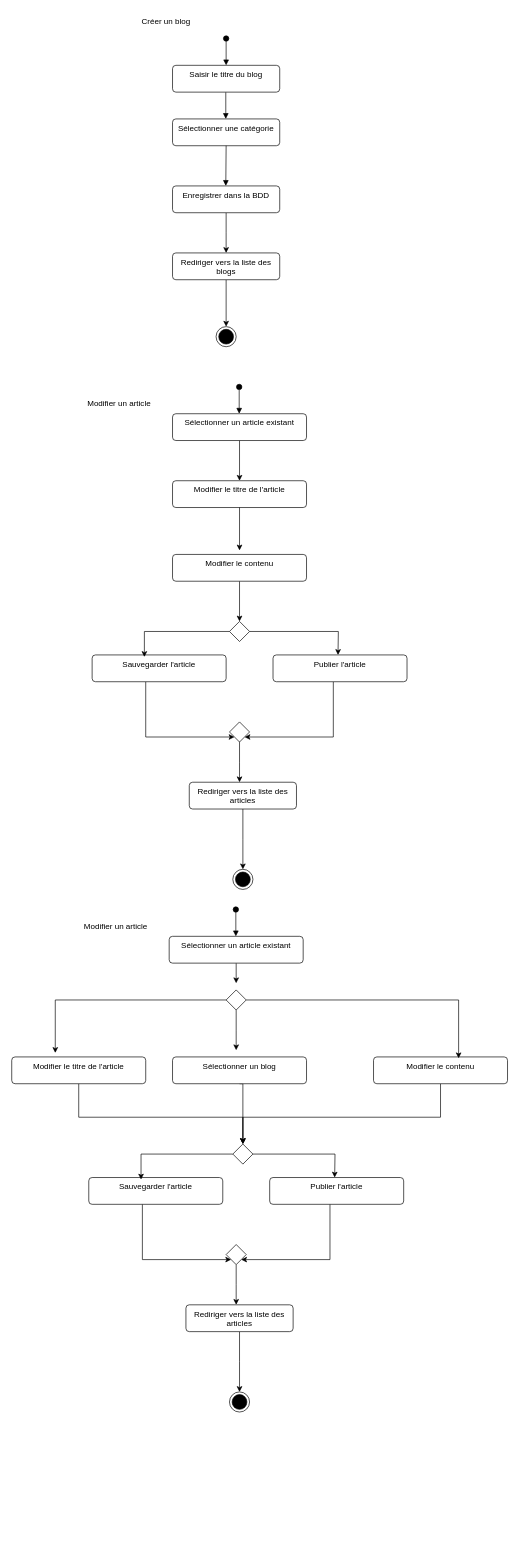
Ali0908/BDD_UML keeps this draw.io diagram as page "Diagramme d'activité" (6 of 12) of Diagramme sans nom.drawio. Above is the earlier version. Source tidied: cells renumbered, new cells numbered last; positions are measured from the earlier drawing's top-left corner, leaving out a move shared by most shapes. Both pictures are drawn from the tidied source at 67%, with x=0, y=0 at pixel (11, 11).
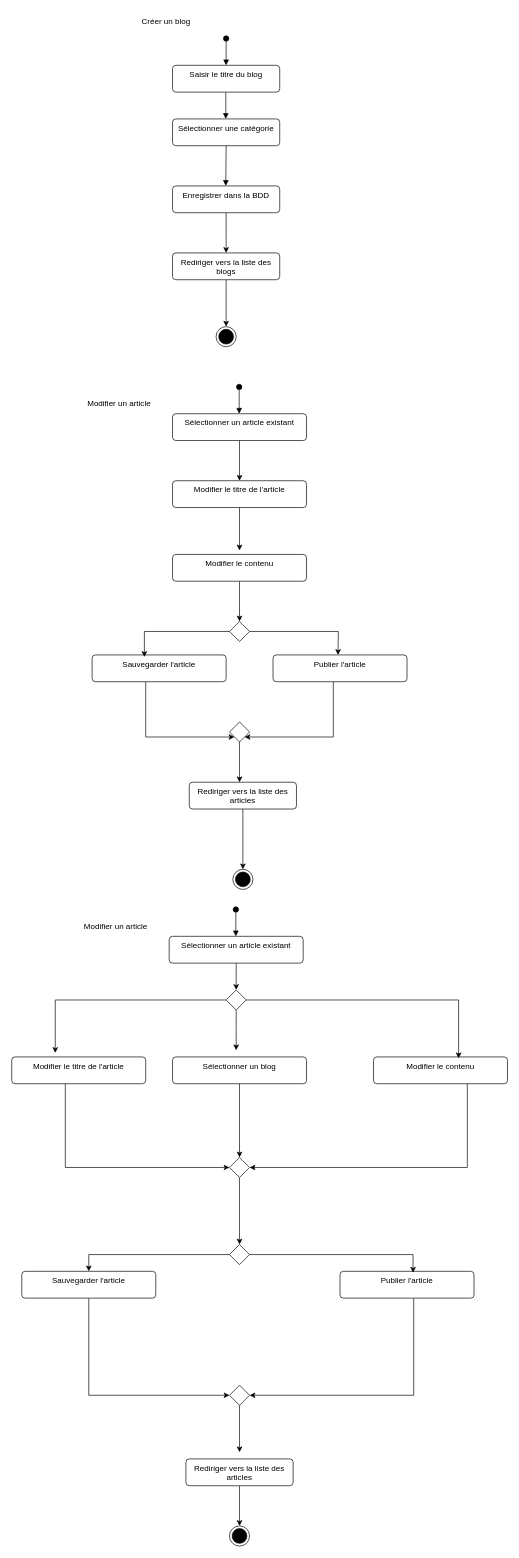
The same page after the edit.

Unchanged cells that the change refers to:
```xml
<mxCell id="35" value="Sélectionner un article existant" style="html=1;align=center;verticalAlign=top;rounded=1;absoluteArcSize=1;arcSize=10;dashed=0;whiteSpace=wrap;" parent="1" vertex="1">
  <mxGeometry x="235" y="1380" width="200" height="40" as="geometry" />
</mxCell>
<mxCell id="37" value="Modifier le titre de l'article" style="html=1;align=center;verticalAlign=top;rounded=1;absoluteArcSize=1;arcSize=10;dashed=0;whiteSpace=wrap;" parent="1" vertex="1">
  <mxGeometry y="1560" width="200" height="40" as="geometry" />
</mxCell>
<mxCell id="39" value="Modifier le contenu" style="html=1;align=center;verticalAlign=top;rounded=1;absoluteArcSize=1;arcSize=10;dashed=0;whiteSpace=wrap;" parent="1" vertex="1">
  <mxGeometry x="540" y="1560" width="200" height="40" as="geometry" />
</mxCell>
<mxCell id="53" value="Sélectionner un blog" style="html=1;align=center;verticalAlign=top;rounded=1;absoluteArcSize=1;arcSize=10;dashed=0;whiteSpace=wrap;" parent="1" vertex="1">
  <mxGeometry x="240" y="1560" width="200" height="40" as="geometry" />
</mxCell>
<mxCell id="55" style="rhombus;" parent="1" vertex="1">
  <mxGeometry x="320" y="1460" width="30" height="30" as="geometry" />
</mxCell>
```

The edit, as a diff of the source:
```diff
@@
-    <mxCell id="34" style="edgeStyle=orthogonalEdgeStyle;rounded=0;jettySize=auto;html=1;exitX=0.5;exitY=1;exitDx=0;exitDy=0;" parent="1" edge="1" source="35">
-      <mxGeometry relative="1" as="geometry">
-        <mxPoint x="335" y="1450" as="targetPoint" />
-      </mxGeometry>
+    <mxCell id="34" style="edgeStyle=orthogonalEdgeStyle;rounded=0;jettySize=auto;html=1;exitX=0.5;exitY=1;exitDx=0;exitDy=0;entryX=0.5;entryY=0;entryDx=0;entryDy=0;" parent="1" edge="1" source="35" target="55">
+      <mxGeometry relative="1" as="geometry" />
     </mxCell>
@@
-    <mxCell id="36" style="edgeStyle=orthogonalEdgeStyle;rounded=0;jettySize=auto;html=1;entryX=0.5;entryY=0;entryDx=0;entryDy=0;" parent="1" edge="1" source="37" target="47">
-      <mxGeometry relative="1" as="geometry">
-        <Array as="points">
-          <mxPoint x="100" y="1650" />
-          <mxPoint x="345" y="1650" />
-        </Array>
-      </mxGeometry>
-    </mxCell>
+    <mxCell id="59" style="edgeStyle=orthogonalEdgeStyle;rounded=0;jettySize=auto;html=1;entryX=0;entryY=0.5;entryDx=0;entryDy=0;" parent="1" edge="1" source="37" target="65">
+      <mxGeometry relative="1" as="geometry">
+        <Array as="points">
+          <mxPoint x="80" y="1725" />
+        </Array>
+      </mxGeometry>
+    </mxCell>
@@
-    <mxCell id="38" style="edgeStyle=orthogonalEdgeStyle;rounded=0;jettySize=auto;html=1;entryX=0.5;entryY=0;entryDx=0;entryDy=0;" parent="1" edge="1" source="39" target="47">
-      <mxGeometry relative="1" as="geometry">
-        <Array as="points">
-          <mxPoint x="640" y="1650" />
-          <mxPoint x="345" y="1650" />
-        </Array>
-      </mxGeometry>
-    </mxCell>
+    <mxCell id="60" style="edgeStyle=orthogonalEdgeStyle;rounded=0;jettySize=auto;html=1;entryX=1;entryY=0.5;entryDx=0;entryDy=0;" parent="1" edge="1" source="39" target="65">
+      <mxGeometry relative="1" as="geometry">
+        <Array as="points">
+          <mxPoint x="680" y="1725" />
+        </Array>
+      </mxGeometry>
+    </mxCell>
@@
-    <mxCell id="40" style="edgeStyle=orthogonalEdgeStyle;rounded=0;jettySize=auto;html=1;entryX=0;entryY=1;entryDx=0;entryDy=0;" parent="1" edge="1" source="41" target="51">
-      <mxGeometry relative="1" as="geometry">
-        <Array as="points">
-          <mxPoint x="195" y="1863" />
-        </Array>
-      </mxGeometry>
+    <mxCell id="40" style="edgeStyle=orthogonalEdgeStyle;rounded=0;jettySize=auto;html=1;exitX=0.5;exitY=1;exitDx=0;exitDy=0;entryX=0;entryY=0.5;entryDx=0;entryDy=0;" parent="1" edge="1" source="41" target="51">
+      <mxGeometry relative="1" as="geometry" />
     </mxCell>
     <mxCell id="41" value="Sauvegarder l'article" style="html=1;align=center;verticalAlign=top;rounded=1;absoluteArcSize=1;arcSize=10;dashed=0;whiteSpace=wrap;" parent="1" vertex="1">
-      <mxGeometry x="115" y="1740" width="200" height="40" as="geometry" />
+      <mxGeometry x="15" y="1880" width="200" height="40" as="geometry" />
     </mxCell>
-    <mxCell id="42" style="edgeStyle=orthogonalEdgeStyle;rounded=0;jettySize=auto;html=1;entryX=1;entryY=1;entryDx=0;entryDy=0;" parent="1" edge="1" source="43" target="51">
+    <mxCell id="42" style="edgeStyle=orthogonalEdgeStyle;rounded=0;jettySize=auto;html=1;entryX=1;entryY=0.5;entryDx=0;entryDy=0;" parent="1" edge="1" source="43" target="51">
       <mxGeometry relative="1" as="geometry">
         <Array as="points">
-          <mxPoint x="475" y="1863" />
+          <mxPoint x="600" y="2065" />
         </Array>
       </mxGeometry>
     </mxCell>
     <mxCell id="43" value="Publier l'article" style="html=1;align=center;verticalAlign=top;rounded=1;absoluteArcSize=1;arcSize=10;dashed=0;whiteSpace=wrap;" parent="1" vertex="1">
-      <mxGeometry x="385" y="1740" width="200" height="40" as="geometry" />
+      <mxGeometry x="490" y="1880" width="200" height="40" as="geometry" />
     </mxCell>
-    <mxCell id="44" style="edgeStyle=orthogonalEdgeStyle;rounded=0;jettySize=auto;html=1;" parent="1" edge="1" source="45">
-      <mxGeometry relative="1" as="geometry">
-        <mxPoint x="340" y="2060" as="targetPoint" />
-      </mxGeometry>
-    </mxCell>
+    <mxCell id="61" style="edgeStyle=orthogonalEdgeStyle;rounded=0;jettySize=auto;html=1;exitX=0.5;exitY=1;exitDx=0;exitDy=0;" parent="1" edge="1" source="45">
+      <mxGeometry relative="1" as="geometry">
+        <mxPoint x="340" y="2260" as="targetPoint" />
+      </mxGeometry>
+    </mxCell>
     <mxCell id="45" value="Rediriger vers la liste des articles" style="html=1;align=center;verticalAlign=top;rounded=1;absoluteArcSize=1;arcSize=10;dashed=0;whiteSpace=wrap;" parent="1" vertex="1">
-      <mxGeometry x="260" y="1930" width="160" height="40" as="geometry" />
+      <mxGeometry x="260" y="2160" width="160" height="40" as="geometry" />
     </mxCell>
@@
+    <mxCell id="48" style="edgeStyle=orthogonalEdgeStyle;rounded=0;jettySize=auto;html=1;entryX=0.5;entryY=0;entryDx=0;entryDy=0;" parent="1" edge="1" source="47" target="41">
+      <mxGeometry relative="1" as="geometry" />
+    </mxCell>
     <mxCell id="47" style="rhombus;" parent="1" vertex="1">
-      <mxGeometry x="330" y="1690" width="30" height="30" as="geometry" />
+      <mxGeometry x="325" y="1840" width="30" height="30" as="geometry" />
     </mxCell>
-    <mxCell id="48" style="edgeStyle=orthogonalEdgeStyle;rounded=0;jettySize=auto;html=1;entryX=0.39;entryY=0.075;entryDx=0;entryDy=0;entryPerimeter=0;" parent="1" edge="1" source="47" target="41">
-      <mxGeometry relative="1" as="geometry" />
-    </mxCell>
-    <mxCell id="49" style="edgeStyle=orthogonalEdgeStyle;rounded=0;jettySize=auto;html=1;" parent="1" edge="1" source="47">
-      <mxGeometry relative="1" as="geometry">
-        <mxPoint x="482" y="1740" as="targetPoint" />
-      </mxGeometry>
-    </mxCell>
-    <mxCell id="50" style="edgeStyle=orthogonalEdgeStyle;rounded=0;jettySize=auto;html=1;" parent="1" edge="1" source="51">
-      <mxGeometry relative="1" as="geometry">
-        <mxPoint x="335" y="1930" as="targetPoint" />
-      </mxGeometry>
-    </mxCell>
+    <mxCell id="62" style="edgeStyle=orthogonalEdgeStyle;rounded=0;jettySize=auto;html=1;exitX=0.5;exitY=1;exitDx=0;exitDy=0;" parent="1" edge="1" source="51">
+      <mxGeometry relative="1" as="geometry">
+        <mxPoint x="340" y="2150" as="targetPoint" />
+      </mxGeometry>
+    </mxCell>
     <mxCell id="51" style="rhombus;" parent="1" vertex="1">
-      <mxGeometry x="320" y="1840" width="30" height="30" as="geometry" />
+      <mxGeometry x="325" y="2050" width="30" height="30" as="geometry" />
     </mxCell>
-    <mxCell id="52" style="edgeStyle=orthogonalEdgeStyle;rounded=0;jettySize=auto;html=1;exitX=0.5;exitY=1;exitDx=0;exitDy=0;entryX=0.5;entryY=0;entryDx=0;entryDy=0;" parent="1" edge="1" source="53" target="47">
-      <mxGeometry relative="1" as="geometry">
-        <Array as="points">
-          <mxPoint x="345" y="1600" />
-        </Array>
-      </mxGeometry>
-    </mxCell>
+    <mxCell id="63" style="edgeStyle=orthogonalEdgeStyle;rounded=0;jettySize=auto;html=1;entryX=0.5;entryY=0;entryDx=0;entryDy=0;entryPerimeter=0;" parent="1" edge="1" source="53" target="65">
+      <mxGeometry relative="1" as="geometry" />
+    </mxCell>
@@
     <mxCell id="58" style="ellipse;html=1;shape=endState;fillColor=strokeColor;" parent="1" vertex="1">
-      <mxGeometry x="325" y="2060" width="30" height="30" as="geometry" />
+      <mxGeometry x="325" y="2260" width="30" height="30" as="geometry" />
     </mxCell>
+    <mxCell id="64" style="edgeStyle=orthogonalEdgeStyle;rounded=0;jettySize=auto;html=1;" parent="1" edge="1" source="65" target="47">
+      <mxGeometry relative="1" as="geometry" />
+    </mxCell>
+    <mxCell id="65" style="rhombus;" parent="1" vertex="1">
+      <mxGeometry x="325" y="1710" width="30" height="30" as="geometry" />
+    </mxCell>
+    <mxCell id="66" style="edgeStyle=orthogonalEdgeStyle;rounded=0;jettySize=auto;html=1;exitX=1;exitY=0.5;exitDx=0;exitDy=0;entryX=0.545;entryY=0.05;entryDx=0;entryDy=0;entryPerimeter=0;" parent="1" edge="1" source="47" target="43">
+      <mxGeometry relative="1" as="geometry" />
+    </mxCell>
```
